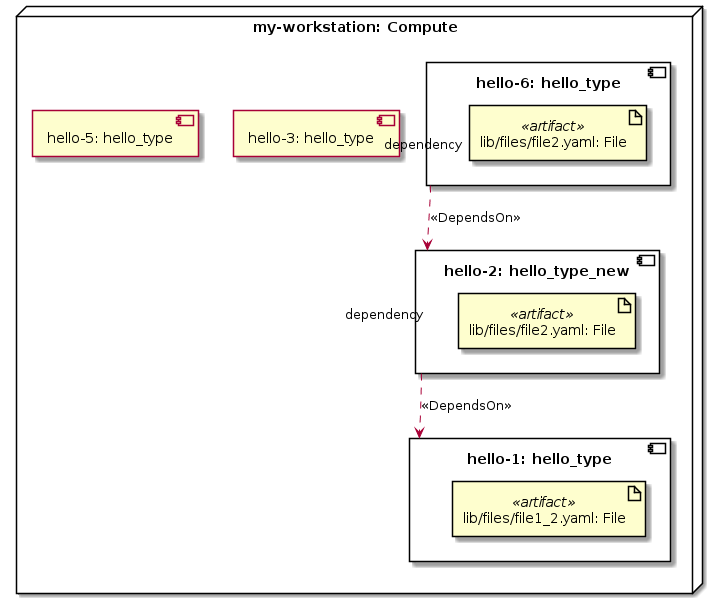
xlab-si/xopera-examples keeps this PlantUML diagram as diagrams/misc-compare-templates-service2-uml2-deployment-diagram.png. Above is the earlier version.
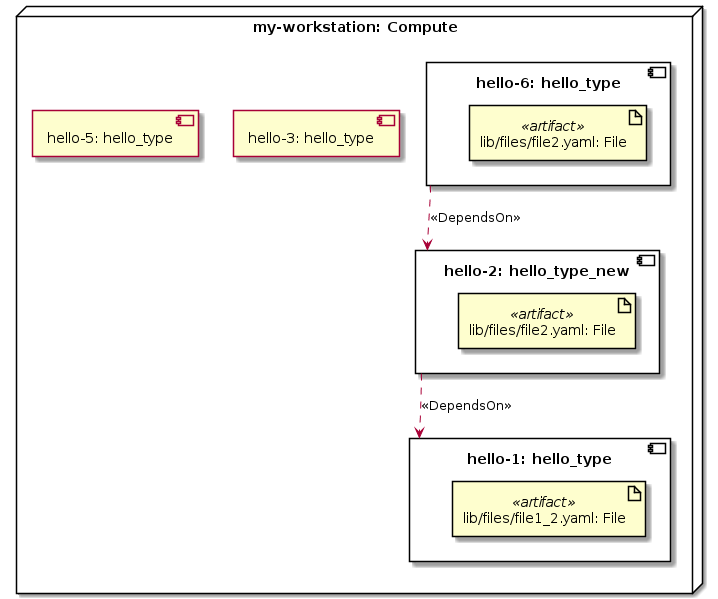
Later version of the same file.

The edit, as a diff of the source:
```diff
@@ -14,6 +14,6 @@
 artifact "lib/files/file2.yaml: File" <<artifact>> as node_hello_6_artifact_def_file
 }
 }
-node_hello_2 "dependency" ..> node_hello_1 : <<DependsOn>>
-node_hello_6 "dependency" ..> node_hello_2 : <<DependsOn>>
+node_hello_2 ..> node_hello_1 : <<DependsOn>>
+node_hello_6 ..> node_hello_2 : <<DependsOn>>
 @enduml
```
